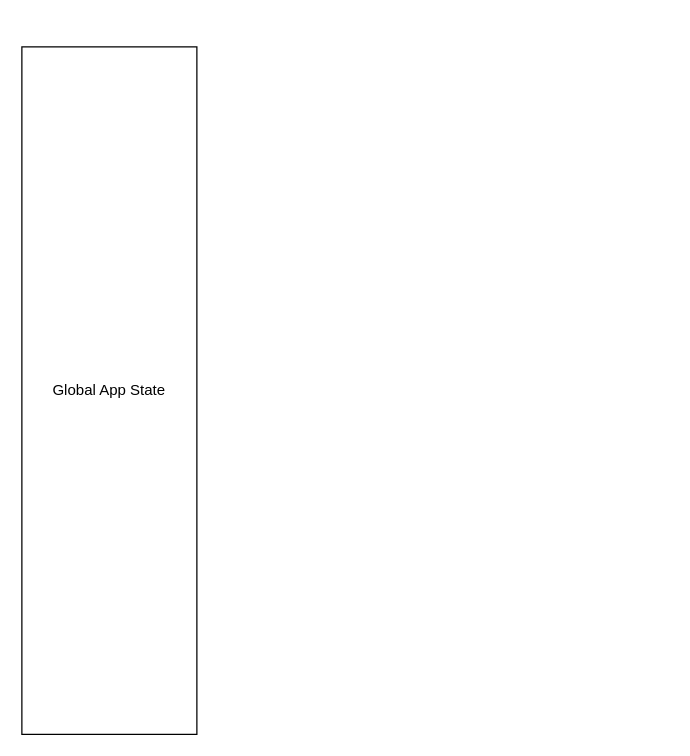
Above: Untitled Diagram.drawio in mbarish-me/mbarish-me (draw.io), before the change. Source tidied: cells renumbered, new cells numbered last; positions are measured from the earlier drawing's top-left corner, leaving out a move shared by most shapes. Both pictures are drawn from the tidied source at 125%, with x=0, y=0 at pixel (21, 46).
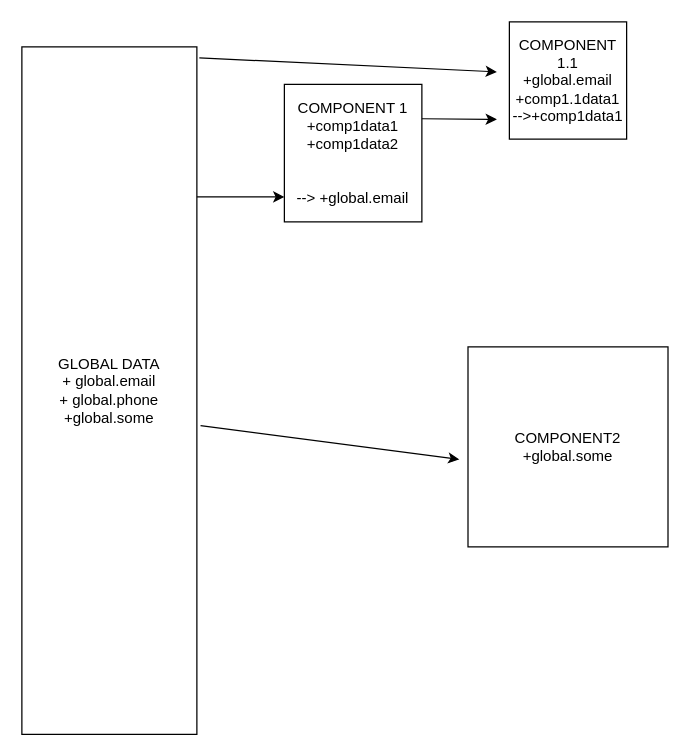
After the change.

Change to the diagram source:
```diff
@@
 <mxGraphModel>
   <root>
     <mxCell id="0" />
     <mxCell id="1" parent="0" />
-    <mxCell id="2" value="Global App State" style="rounded=0;whiteSpace=wrap;html=1;" parent="1" vertex="1">
+    <mxCell id="2" value="GLOBAL DATA&lt;br&gt;+ global.email&lt;br&gt;+ global.phone&lt;br&gt;+global.some" style="rounded=0;whiteSpace=wrap;html=1;" parent="1" vertex="1">
       <mxGeometry width="140" height="550" as="geometry" />
     </mxCell>
+    <mxCell id="3" value="COMPONENT 1&lt;br&gt;+comp1data1&lt;br&gt;+comp1data2&lt;br&gt;&lt;br&gt;&lt;br&gt;--&amp;gt; +global.email" style="whiteSpace=wrap;html=1;" parent="1" vertex="1">
+      <mxGeometry x="210" y="30" width="110" height="110" as="geometry" />
+    </mxCell>
+    <mxCell id="4" style="endArrow=classic;html=1;rounded=0;" parent="1" edge="1">
+      <mxGeometry relative="1" as="geometry">
+        <mxPoint x="140" y="120" as="sourcePoint" />
+        <mxPoint x="210" y="120" as="targetPoint" />
+      </mxGeometry>
+    </mxCell>
+    <mxCell id="5" value="COMPONENT 1.1&lt;br&gt;+global.email&lt;br&gt;+comp1.1data1&lt;br&gt;--&amp;gt;+comp1data1" style="whiteSpace=wrap;html=1;" parent="1" vertex="1">
+      <mxGeometry x="390" y="-20" width="93.8" height="93.8" as="geometry" />
+    </mxCell>
+    <mxCell id="6" style="endArrow=classic;html=1;rounded=0;exitX=1;exitY=0.25;exitDx=0;exitDy=0;" parent="1" edge="1" source="3">
+      <mxGeometry relative="1" as="geometry">
+        <mxPoint x="380" y="58" as="targetPoint" />
+      </mxGeometry>
+    </mxCell>
+    <mxCell id="7" style="endArrow=classic;html=1;rounded=0;exitX=1.014;exitY=0.016;exitDx=0;exitDy=0;exitPerimeter=0;" parent="1" edge="1" source="2">
+      <mxGeometry relative="1" as="geometry">
+        <mxPoint x="380" y="20" as="targetPoint" />
+      </mxGeometry>
+    </mxCell>
+    <mxCell id="8" value="COMPONENT2&lt;br&gt;+global.some" style="whiteSpace=wrap;html=1;" parent="1" vertex="1">
+      <mxGeometry x="356.9" y="240" width="160" height="160" as="geometry" />
+    </mxCell>
+    <mxCell id="9" style="endArrow=classic;html=1;rounded=0;exitX=1.021;exitY=0.551;exitDx=0;exitDy=0;exitPerimeter=0;" parent="1" edge="1" source="2">
+      <mxGeometry relative="1" as="geometry">
+        <mxPoint x="350" y="330" as="targetPoint" />
+      </mxGeometry>
+    </mxCell>
   </root>
 </mxGraphModel>
```
